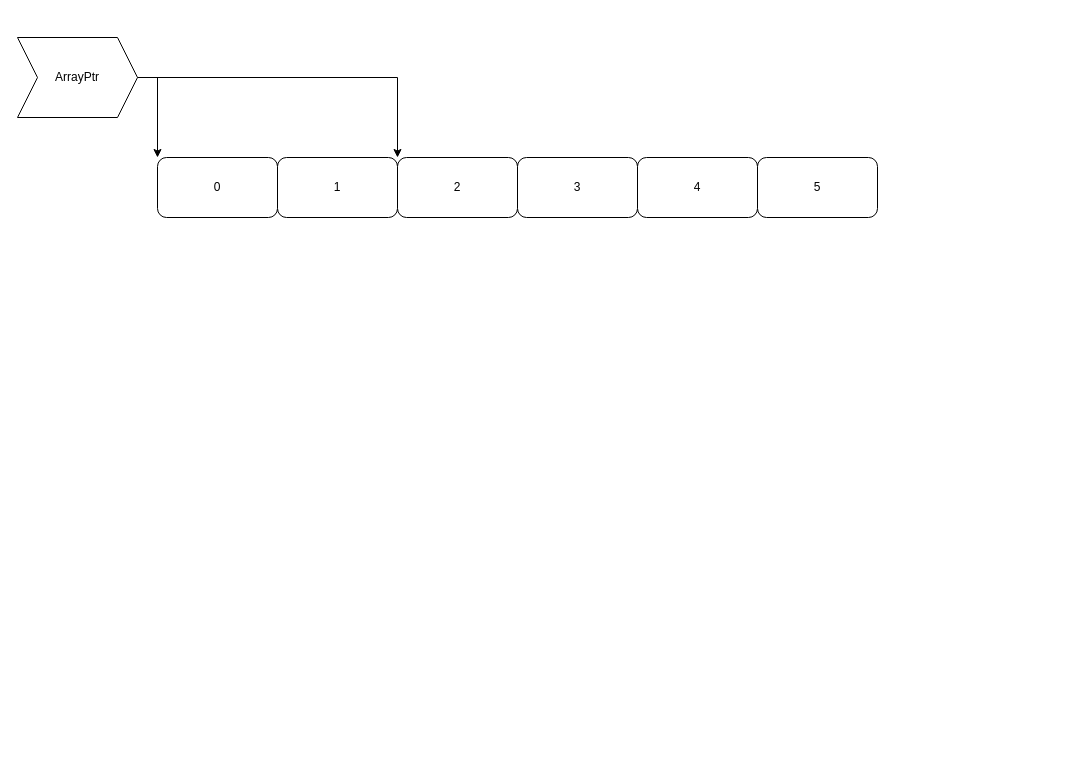
Earlier version of the draw.io diagram page "Page-2" (2 of 2) of Diagrams/pv321.drawio (ninydev/pv321). Source tidied: cells renumbered, new cells numbered last; positions are measured from the earlier drawing's top-left corner, leaving out a move shared by most shapes. Both pictures are drawn from the tidied source at 100%, with x=0, y=0 at pixel (17, 37).
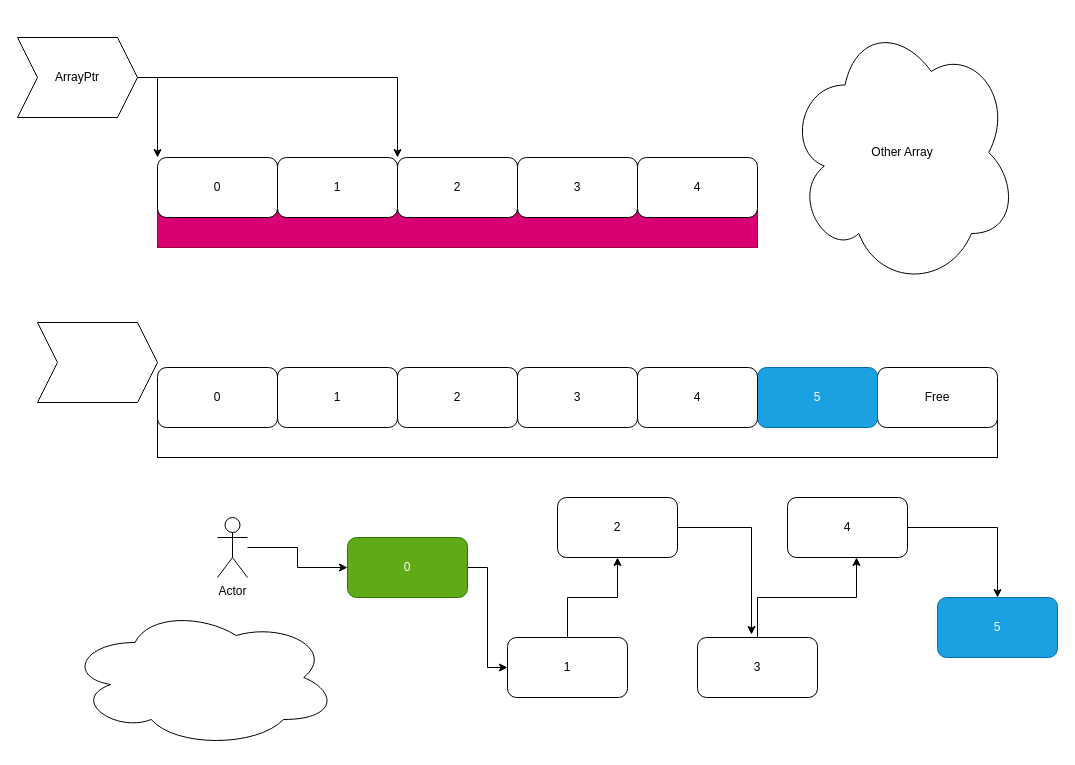
The same diagram, later.

Change to the diagram source:
```diff
@@
+    <mxCell id="11" style="rounded=0;whiteSpace=wrap;html=1;" parent="1" vertex="1">
+      <mxGeometry x="140" y="360" width="840" height="60" as="geometry" />
+    </mxCell>
+    <mxCell id="12" style="ellipse;shape=cloud;whiteSpace=wrap;html=1;" parent="1" vertex="1">
+      <mxGeometry x="50" y="570" width="270" height="140" as="geometry" />
+    </mxCell>
+    <mxCell id="13" value="2" style="rounded=1;whiteSpace=wrap;html=1;" parent="1" vertex="1">
+      <mxGeometry x="380" y="330" width="120" height="60" as="geometry" />
+    </mxCell>
+    <mxCell id="14" value="Free" style="rounded=1;whiteSpace=wrap;html=1;" parent="1" vertex="1">
+      <mxGeometry x="860" y="330" width="120" height="60" as="geometry" />
+    </mxCell>
+    <mxCell id="15" style="rounded=0;whiteSpace=wrap;html=1;fillColor=#d80073;fontColor=#ffffff;strokeColor=#A50040;" parent="1" vertex="1">
+      <mxGeometry x="140" y="150" width="600" height="60" as="geometry" />
+    </mxCell>
@@
-    <mxCell id="10" value="5" style="rounded=1;whiteSpace=wrap;html=1;" parent="1" vertex="1">
-      <mxGeometry x="740" y="120" width="120" height="60" as="geometry" />
+    <mxCell id="10" value="5" style="rounded=1;whiteSpace=wrap;html=1;fillColor=#1ba1e2;fontColor=#ffffff;strokeColor=#006EAF;" parent="1" vertex="1">
+      <mxGeometry x="740" y="330" width="120" height="60" as="geometry" />
     </mxCell>
+    <mxCell id="16" value="Other Array" style="ellipse;shape=cloud;whiteSpace=wrap;html=1;" parent="1" vertex="1">
+      <mxGeometry x="770" y="-20" width="230" height="270" as="geometry" />
+    </mxCell>
+    <mxCell id="17" style="shape=step;perimeter=stepPerimeter;whiteSpace=wrap;html=1;fixedSize=1;" parent="1" vertex="1">
+      <mxGeometry x="20" y="285" width="120" height="80" as="geometry" />
+    </mxCell>
+    <mxCell id="18" value="0" style="rounded=1;whiteSpace=wrap;html=1;" parent="1" vertex="1">
+      <mxGeometry x="140" y="330" width="120" height="60" as="geometry" />
+    </mxCell>
+    <mxCell id="19" value="1" style="rounded=1;whiteSpace=wrap;html=1;" parent="1" vertex="1">
+      <mxGeometry x="260" y="330" width="120" height="60" as="geometry" />
+    </mxCell>
+    <mxCell id="20" value="3" style="rounded=1;whiteSpace=wrap;html=1;" parent="1" vertex="1">
+      <mxGeometry x="500" y="330" width="120" height="60" as="geometry" />
+    </mxCell>
+    <mxCell id="21" value="4" style="rounded=1;whiteSpace=wrap;html=1;" parent="1" vertex="1">
+      <mxGeometry x="620" y="330" width="120" height="60" as="geometry" />
+    </mxCell>
+    <mxCell id="22" style="edgeStyle=orthogonalEdgeStyle;rounded=0;jettySize=auto;html=1;entryX=0;entryY=0.5;entryDx=0;entryDy=0;" parent="1" edge="1" source="23" target="25">
+      <mxGeometry relative="1" as="geometry" />
+    </mxCell>
+    <mxCell id="23" value="0" style="rounded=1;whiteSpace=wrap;html=1;fillColor=#60a917;fontColor=#ffffff;strokeColor=#2D7600;" parent="1" vertex="1">
+      <mxGeometry x="330" y="500" width="120" height="60" as="geometry" />
+    </mxCell>
+    <mxCell id="24" style="edgeStyle=orthogonalEdgeStyle;rounded=0;jettySize=auto;html=1;" parent="1" edge="1" source="25" target="26">
+      <mxGeometry relative="1" as="geometry" />
+    </mxCell>
+    <mxCell id="25" value="1" style="rounded=1;whiteSpace=wrap;html=1;" parent="1" vertex="1">
+      <mxGeometry x="490" y="600" width="120" height="60" as="geometry" />
+    </mxCell>
+    <mxCell id="26" value="2" style="rounded=1;whiteSpace=wrap;html=1;" parent="1" vertex="1">
+      <mxGeometry x="540" y="460" width="120" height="60" as="geometry" />
+    </mxCell>
+    <mxCell id="27" value="3" style="rounded=1;whiteSpace=wrap;html=1;" parent="1" vertex="1">
+      <mxGeometry x="680" y="600" width="120" height="60" as="geometry" />
+    </mxCell>
+    <mxCell id="28" style="edgeStyle=orthogonalEdgeStyle;rounded=0;jettySize=auto;html=1;entryX=0.5;entryY=0;entryDx=0;entryDy=0;" parent="1" edge="1" source="29" target="30">
+      <mxGeometry relative="1" as="geometry" />
+    </mxCell>
+    <mxCell id="29" value="4" style="rounded=1;whiteSpace=wrap;html=1;" parent="1" vertex="1">
+      <mxGeometry x="770" y="460" width="120" height="60" as="geometry" />
+    </mxCell>
+    <mxCell id="30" value="5" style="rounded=1;whiteSpace=wrap;html=1;fillColor=#1ba1e2;fontColor=#ffffff;strokeColor=#006EAF;" parent="1" vertex="1">
+      <mxGeometry x="920" y="560" width="120" height="60" as="geometry" />
+    </mxCell>
+    <mxCell id="31" style="edgeStyle=orthogonalEdgeStyle;rounded=0;jettySize=auto;html=1;entryX=0.45;entryY=-0.05;entryDx=0;entryDy=0;entryPerimeter=0;" parent="1" edge="1" source="26" target="27">
+      <mxGeometry relative="1" as="geometry" />
+    </mxCell>
+    <mxCell id="32" style="edgeStyle=orthogonalEdgeStyle;rounded=0;jettySize=auto;html=1;entryX=0.575;entryY=1;entryDx=0;entryDy=0;entryPerimeter=0;" parent="1" edge="1" source="27" target="29">
+      <mxGeometry relative="1" as="geometry" />
+    </mxCell>
+    <mxCell id="33" style="edgeStyle=orthogonalEdgeStyle;rounded=0;jettySize=auto;html=1;entryX=0;entryY=0.5;entryDx=0;entryDy=0;" parent="1" edge="1" source="34" target="23">
+      <mxGeometry relative="1" as="geometry" />
+    </mxCell>
+    <mxCell id="34" value="Actor" style="shape=umlActor;verticalLabelPosition=bottom;verticalAlign=top;html=1;outlineConnect=0;" parent="1" vertex="1">
+      <mxGeometry x="200" y="480" width="30" height="60" as="geometry" />
+    </mxCell>
```
